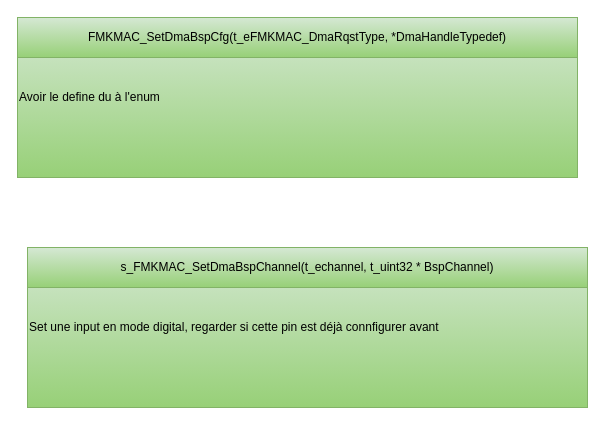
Before: page "Static_API" (2 of 6) of src/1_FMK/FMK_HAL/FMK_MAC/Doc/FMK_MAC.drawio in mbarbeau0545/Stm32PrjTpl, a draw.io diagram. Source tidied: cells renumbered, new cells numbered last; positions are measured from the earlier drawing's top-left corner, leaving out a move shared by most shapes. Both pictures are drawn from the tidied source at 100%, with x=0, y=0 at pixel (17, 17).
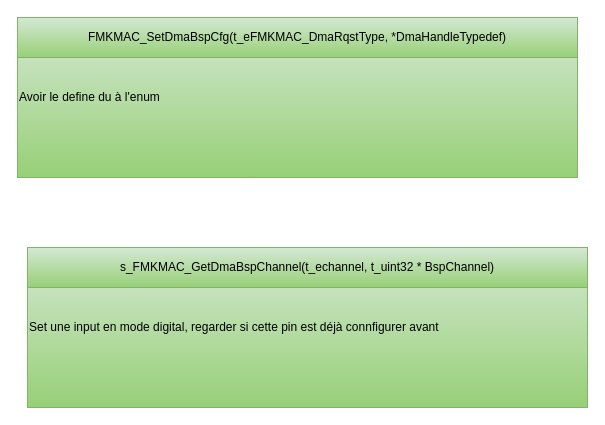
The same diagram, later.

The edit, as a diff of the source:
```diff
@@
 <mxGraphModel>
   <root>
     <mxCell id="0" />
     <mxCell id="1" parent="0" />
     <mxCell id="2" style="group;" parent="1" vertex="1">
       <mxGeometry width="560" height="160" as="geometry" />
     </mxCell>
     <mxCell id="3" value="Avoir le define du à l'enum" style="rounded=0;whiteSpace=wrap;html=1;fillColor=#d5e8d4;gradientColor=#97d077;strokeColor=#82b366;fontColor=#000000;align=left;" parent="2" vertex="1">
       <mxGeometry width="560" height="160" as="geometry" />
     </mxCell>
     <mxCell id="4" value="&lt;div style=&quot;text-align: left;&quot;&gt;FMKMAC_SetDmaBspCfg(&lt;span style=&quot;text-align: center; background-color: initial;&quot;&gt;t_eFMKMAC_DmaRqstType, *DmaHandleTypedef&lt;/span&gt;&lt;span style=&quot;background-color: initial;&quot;&gt;)&lt;/span&gt;&lt;br&gt;&lt;/div&gt;" style="rounded=0;whiteSpace=wrap;html=1;fillColor=#d5e8d4;gradientColor=#97d077;strokeColor=#82b366;fontColor=#000000;" parent="2" vertex="1">
       <mxGeometry width="560" height="40" as="geometry" />
     </mxCell>
     <mxCell id="5" style="group;" parent="1" vertex="1">
       <mxGeometry x="10" y="230" width="560" height="160" as="geometry" />
     </mxCell>
     <mxCell id="6" value="Set une input en mode digital, regarder si cette pin est déjà connfigurer avant&amp;nbsp;" style="rounded=0;whiteSpace=wrap;html=1;fillColor=#d5e8d4;gradientColor=#97d077;strokeColor=#82b366;fontColor=#000000;align=left;" parent="5" vertex="1">
       <mxGeometry width="560" height="160" as="geometry" />
     </mxCell>
-    <mxCell id="7" value="&lt;div style=&quot;text-align: left;&quot;&gt;s_FMKMAC_SetDmaBspChannel(t_echannel, t_uint32 * BspChannel)&lt;/div&gt;" style="rounded=0;whiteSpace=wrap;html=1;fillColor=#d5e8d4;gradientColor=#97d077;strokeColor=#82b366;fontColor=#000000;" parent="5" vertex="1">
+    <mxCell id="7" value="&lt;div style=&quot;text-align: left;&quot;&gt;s_FMKMAC_GetDmaBspChannel(t_echannel, t_uint32 * BspChannel)&lt;/div&gt;" style="rounded=0;whiteSpace=wrap;html=1;fillColor=#d5e8d4;gradientColor=#97d077;strokeColor=#82b366;fontColor=#000000;" parent="5" vertex="1">
       <mxGeometry width="560" height="40" as="geometry" />
     </mxCell>
   </root>
 </mxGraphModel>
```
